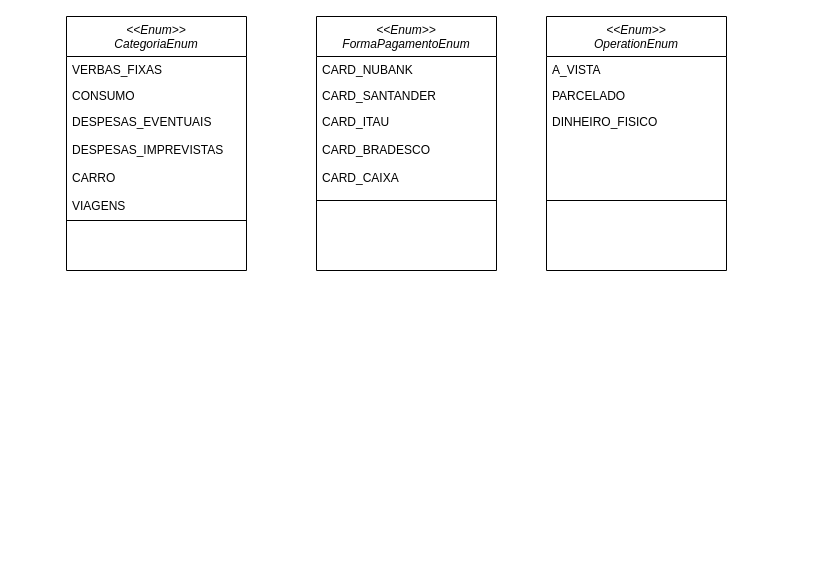
Earlier version of the draw.io diagram Diagrama.drawio (wellingtonolive/expense-control). Source tidied: cells renumbered, new cells numbered last; positions are measured from the earlier drawing's top-left corner, leaving out a move shared by most shapes. Both pictures are drawn from the tidied source at 100%, with x=0, y=0 at pixel (66, 16).
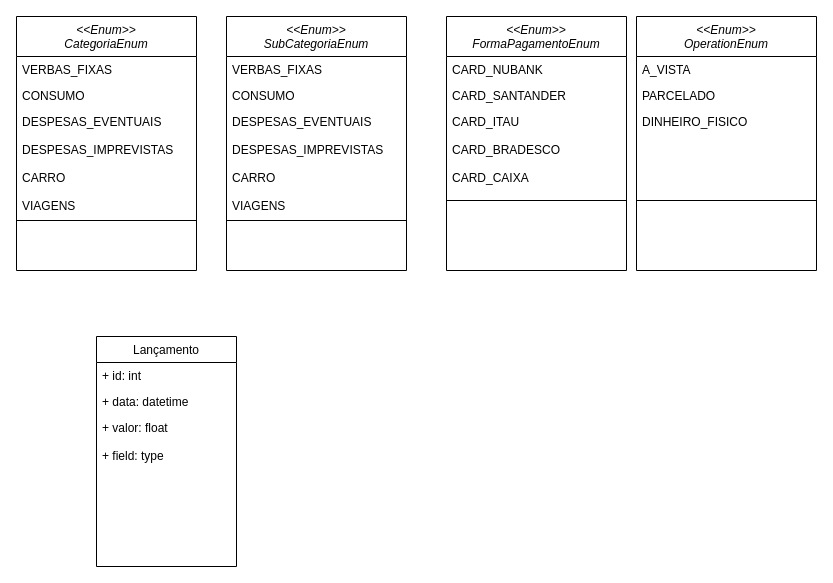
Above is the later version.

Change to the diagram source:
```diff
@@
     <mxCell id="2" value="&lt;&lt;Enum&gt;&gt;&#10;CategoriaEnum" style="swimlane;fontStyle=2;align=center;verticalAlign=top;horizontal=1;startSize=40;rounded=0;shadow=0;strokeWidth=1;" parent="1" vertex="1">
-      <mxGeometry width="180" height="254" as="geometry" />
+      <mxGeometry x="-50" width="180" height="254" as="geometry" />
     </mxCell>
@@
     <mxCell id="7" value="&lt;&lt;Enum&gt;&gt;&#10;FormaPagamentoEnum" style="swimlane;fontStyle=2;align=center;verticalAlign=top;horizontal=1;startSize=40;rounded=0;shadow=0;strokeWidth=1;" parent="1" vertex="1">
-      <mxGeometry x="250" width="180" height="254" as="geometry" />
+      <mxGeometry x="380" width="180" height="254" as="geometry" />
     </mxCell>
@@
     <mxCell id="12" value="&lt;&lt;Enum&gt;&gt;&#10;OperationEnum" style="swimlane;fontStyle=2;align=center;verticalAlign=top;horizontal=1;startSize=40;rounded=0;shadow=0;strokeWidth=1;" parent="1" vertex="1">
-      <mxGeometry x="480" width="180" height="254" as="geometry" />
+      <mxGeometry x="570" width="180" height="254" as="geometry" />
     </mxCell>
@@
+    <mxCell id="17" value="Lançamento" style="swimlane;fontStyle=0;horizontal=1;startSize=26;fillColor=none;" parent="1" vertex="1">
+      <mxGeometry x="30" y="320" width="140" height="230" as="geometry" />
+    </mxCell>
+    <mxCell id="18" value="+ id: int" style="text;strokeColor=none;fillColor=none;align=left;verticalAlign=top;spacingLeft=4;spacingRight=4;overflow=hidden;" parent="17" vertex="1">
+      <mxGeometry y="26" width="140" height="26" as="geometry" />
+    </mxCell>
+    <mxCell id="19" value="+ data: datetime" style="text;strokeColor=none;fillColor=none;align=left;verticalAlign=top;spacingLeft=4;spacingRight=4;overflow=hidden;" parent="17" vertex="1">
+      <mxGeometry y="52" width="140" height="26" as="geometry" />
+    </mxCell>
+    <mxCell id="20" value="+ valor: float&#10;&#10;+ field: type" style="text;strokeColor=none;fillColor=none;align=left;verticalAlign=top;spacingLeft=4;spacingRight=4;overflow=hidden;" parent="17" vertex="1">
+      <mxGeometry y="78" width="140" height="152" as="geometry" />
+    </mxCell>
+    <mxCell id="21" value="&lt;&lt;Enum&gt;&gt;&#10;SubCategoriaEnum" style="swimlane;fontStyle=2;align=center;verticalAlign=top;horizontal=1;startSize=40;rounded=0;shadow=0;strokeWidth=1;" parent="1" vertex="1">
+      <mxGeometry x="160" width="180" height="254" as="geometry" />
+    </mxCell>
+    <mxCell id="22" value="VERBAS_FIXAS" style="text;align=left;verticalAlign=top;spacingLeft=4;spacingRight=4;overflow=hidden;" parent="21" vertex="1">
+      <mxGeometry y="40" width="180" height="26" as="geometry" />
+    </mxCell>
+    <mxCell id="23" value="CONSUMO&#10;" style="text;align=left;verticalAlign=top;spacingLeft=4;spacingRight=4;overflow=hidden;rounded=0;shadow=0;html=0;" parent="21" vertex="1">
+      <mxGeometry y="66" width="180" height="26" as="geometry" />
+    </mxCell>
+    <mxCell id="24" value="DESPESAS_EVENTUAIS&#10;&#10;DESPESAS_IMPREVISTAS&#10;&#10;CARRO&#10;&#10;VIAGENS&#10;&#10;&#10;" style="text;align=left;verticalAlign=top;spacingLeft=4;spacingRight=4;overflow=hidden;rounded=0;shadow=0;html=0;" parent="21" vertex="1">
+      <mxGeometry y="92" width="180" height="108" as="geometry" />
+    </mxCell>
+    <mxCell id="25" style="line;html=1;strokeWidth=1;align=left;verticalAlign=middle;spacingTop=-1;spacingLeft=3;spacingRight=3;labelPosition=right;" parent="21" vertex="1">
+      <mxGeometry y="200" width="180" height="8" as="geometry" />
+    </mxCell>
```
